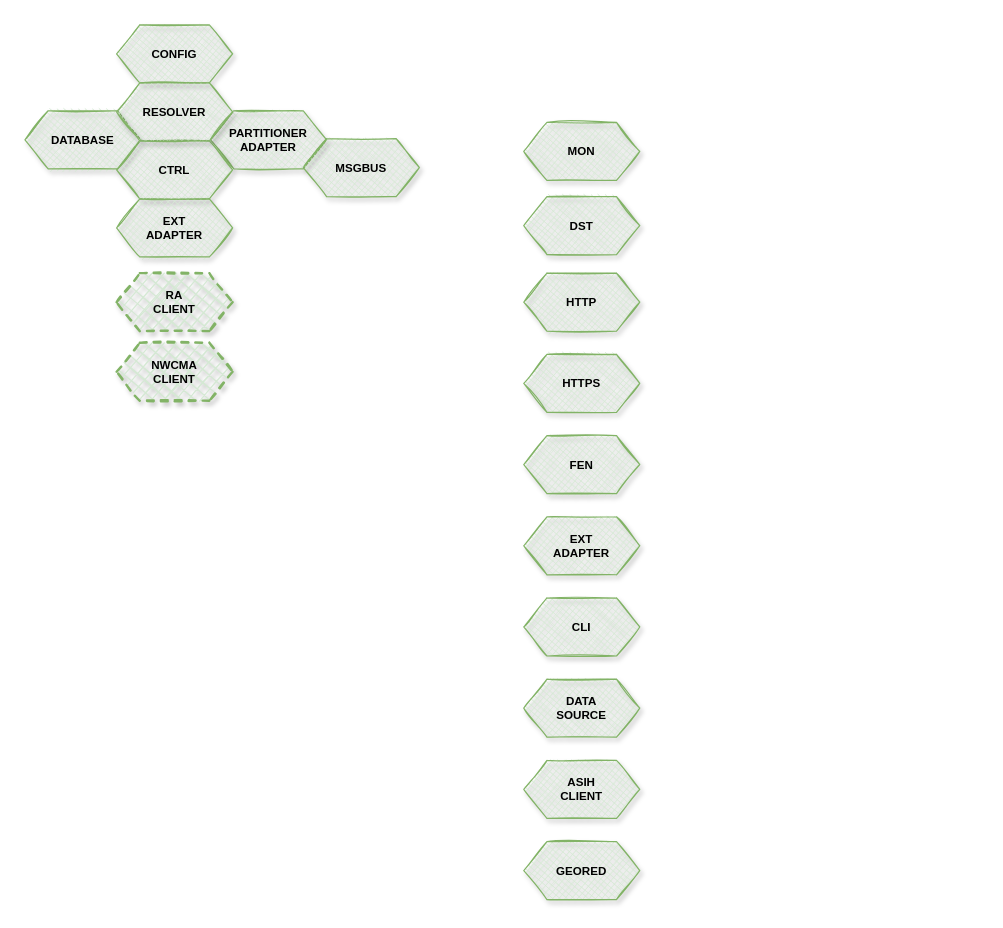
SunLucc/Test keeps this draw.io diagram as page "第 3 页" (3 of 5) of http_server.drawio. Above is the earlier version. Source tidied: cells renumbered, new cells numbered last; positions are measured from the earlier drawing's top-left corner, leaving out a move shared by most shapes. Both pictures are drawn from the tidied source at 116%, with x=0, y=0 at pixel (24, 24).
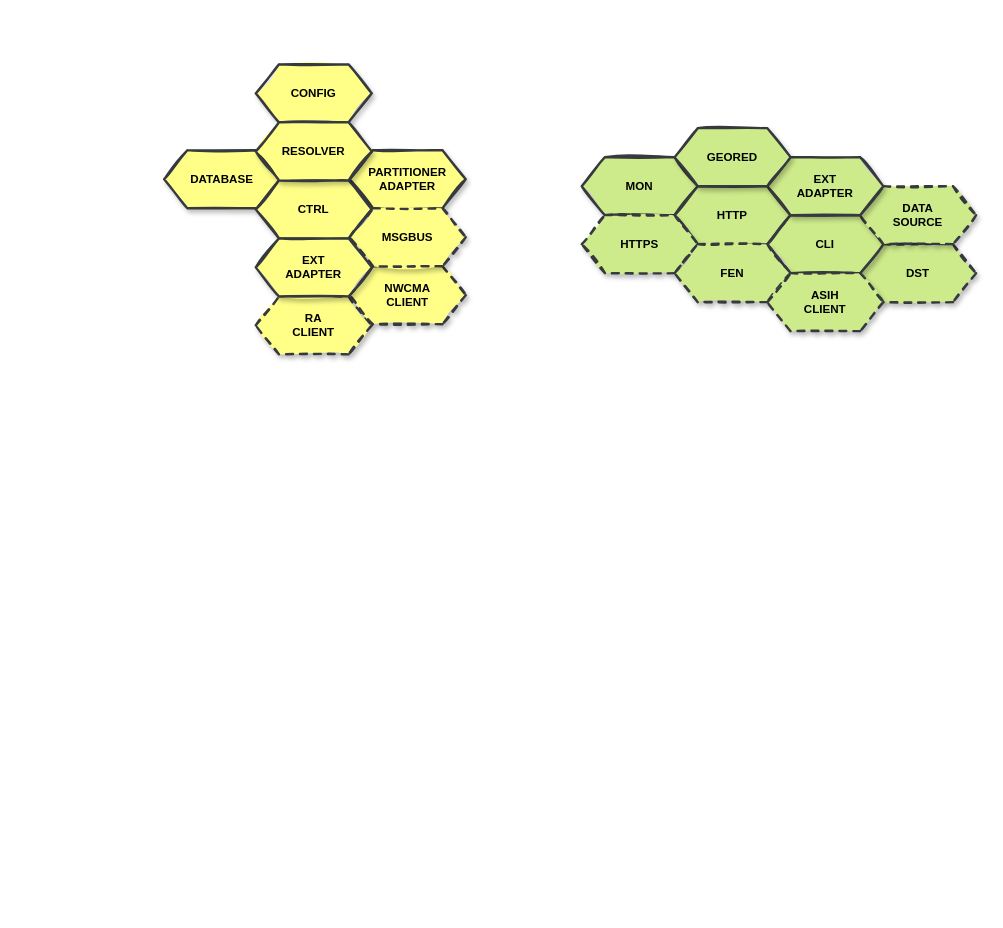
The same page after the edit.

The edit, as a diff of the source:
```diff
@@
-    <mxCell id="2" value="&lt;b style=&quot;font-size: 10px;&quot;&gt;MON&lt;/b&gt;" style="shape=hexagon;perimeter=hexagonPerimeter2;whiteSpace=wrap;html=1;fixedSize=1;fillStyle=cross-hatch;fillColor=#d5e8d4;strokeColor=#82b366;fontSize=10;rounded=0;shadow=1;sketch=1;" parent="1" vertex="1">
-      <mxGeometry x="430" y="84" width="100" height="50" as="geometry" />
+    <mxCell id="2" value="&lt;b style=&quot;font-size: 10px;&quot;&gt;MON&lt;/b&gt;" style="shape=hexagon;perimeter=hexagonPerimeter2;whiteSpace=wrap;html=1;fixedSize=1;fillStyle=solid;fillColor=#cdeb8b;strokeColor=#36393d;fontSize=10;rounded=0;shadow=1;sketch=1;strokeWidth=2;" parent="1" vertex="1">
+      <mxGeometry x="480" y="114" width="100" height="50" as="geometry" />
     </mxCell>
-    <mxCell id="3" value="&lt;b style=&quot;font-size: 10px;&quot;&gt;DATABASE&lt;/b&gt;" style="shape=hexagon;perimeter=hexagonPerimeter2;whiteSpace=wrap;html=1;fixedSize=1;fillStyle=cross-hatch;fillColor=#d5e8d4;strokeColor=#82b366;fontSize=10;rounded=0;shadow=1;sketch=1;" parent="1" vertex="1">
-      <mxGeometry y="74" width="100" height="50" as="geometry" />
+    <mxCell id="3" value="&lt;b style=&quot;font-size: 10px;&quot;&gt;DATABASE&lt;/b&gt;" style="shape=hexagon;perimeter=hexagonPerimeter2;whiteSpace=wrap;html=1;fixedSize=1;fillStyle=solid;fillColor=#ffff88;strokeColor=#36393d;fontSize=10;rounded=0;shadow=1;sketch=1;strokeWidth=2;" parent="1" vertex="1">
+      <mxGeometry x="120" y="108" width="100" height="50" as="geometry" />
     </mxCell>
-    <mxCell id="4" value="&lt;b style=&quot;font-size: 10px;&quot;&gt;CONFIG&lt;/b&gt;" style="shape=hexagon;perimeter=hexagonPerimeter2;whiteSpace=wrap;html=1;fixedSize=1;fillStyle=cross-hatch;fillColor=#d5e8d4;strokeColor=#82b366;fontSize=10;rounded=0;shadow=1;sketch=1;" parent="1" vertex="1">
-      <mxGeometry x="79" width="100" height="50" as="geometry" />
+    <mxCell id="4" value="&lt;b style=&quot;font-size: 10px;&quot;&gt;CONFIG&lt;/b&gt;" style="shape=hexagon;perimeter=hexagonPerimeter2;whiteSpace=wrap;html=1;fixedSize=1;fillStyle=solid;fillColor=#ffff88;strokeColor=#36393d;fontSize=10;rounded=0;shadow=1;sketch=1;strokeWidth=2;" parent="1" vertex="1">
+      <mxGeometry x="199" y="34" width="100" height="50" as="geometry" />
     </mxCell>
-    <mxCell id="5" value="&lt;b style=&quot;font-size: 10px;&quot;&gt;DST&lt;/b&gt;" style="shape=hexagon;perimeter=hexagonPerimeter2;whiteSpace=wrap;html=1;fixedSize=1;fillStyle=cross-hatch;fillColor=#d5e8d4;strokeColor=#82b366;fontSize=10;rounded=0;shadow=1;sketch=1;" parent="1" vertex="1">
-      <mxGeometry x="430" y="148" width="100" height="50" as="geometry" />
+    <mxCell id="5" value="&lt;b style=&quot;font-size: 10px;&quot;&gt;DST&lt;/b&gt;" style="shape=hexagon;perimeter=hexagonPerimeter2;whiteSpace=wrap;html=1;fixedSize=1;fillStyle=solid;fillColor=#cdeb8b;strokeColor=#36393d;fontSize=10;rounded=0;shadow=1;sketch=1;strokeWidth=2;dashed=1;" parent="1" vertex="1">
+      <mxGeometry x="720" y="189" width="100" height="50" as="geometry" />
     </mxCell>
-    <mxCell id="6" value="&lt;b style=&quot;font-size: 10px;&quot;&gt;&lt;font style=&quot;font-size: 10px;&quot;&gt;PARTITIONER&lt;br style=&quot;font-size: 10px;&quot;&gt;ADAPTER&lt;br style=&quot;font-size: 10px;&quot;&gt;&lt;/font&gt;&lt;/b&gt;" style="shape=hexagon;perimeter=hexagonPerimeter2;whiteSpace=wrap;html=1;fixedSize=1;fillStyle=cross-hatch;fillColor=#d5e8d4;strokeColor=#82b366;fontSize=10;rounded=0;shadow=1;sketch=1;" parent="1" vertex="1">
-      <mxGeometry x="160" y="74" width="100" height="50" as="geometry" />
+    <mxCell id="6" value="&lt;b style=&quot;font-size: 10px;&quot;&gt;&lt;font style=&quot;font-size: 10px;&quot;&gt;PARTITIONER&lt;br style=&quot;font-size: 10px;&quot;&gt;ADAPTER&lt;br style=&quot;font-size: 10px;&quot;&gt;&lt;/font&gt;&lt;/b&gt;" style="shape=hexagon;perimeter=hexagonPerimeter2;whiteSpace=wrap;html=1;fixedSize=1;fillStyle=solid;fillColor=#ffff88;strokeColor=#36393d;fontSize=10;rounded=0;shadow=1;sketch=1;strokeWidth=2;" parent="1" vertex="1">
+      <mxGeometry x="280" y="108" width="100" height="50" as="geometry" />
     </mxCell>
-    <mxCell id="7" value="&lt;b style=&quot;font-size: 10px;&quot;&gt;CTRL&lt;/b&gt;" style="shape=hexagon;perimeter=hexagonPerimeter2;whiteSpace=wrap;html=1;fixedSize=1;fillStyle=cross-hatch;fillColor=#d5e8d4;strokeColor=#82b366;fontSize=10;rounded=0;shadow=1;sketch=1;" parent="1" vertex="1">
-      <mxGeometry x="79" y="100" width="100" height="50" as="geometry" />
+    <mxCell id="7" value="&lt;b style=&quot;font-size: 10px;&quot;&gt;CTRL&lt;/b&gt;" style="shape=hexagon;perimeter=hexagonPerimeter2;whiteSpace=wrap;html=1;fixedSize=1;fillStyle=solid;fillColor=#ffff88;strokeColor=#36393d;fontSize=10;rounded=0;shadow=1;sketch=1;strokeWidth=2;" parent="1" vertex="1">
+      <mxGeometry x="199" y="134" width="100" height="50" as="geometry" />
     </mxCell>
-    <mxCell id="8" value="&lt;b style=&quot;font-size: 10px;&quot;&gt;HTTP&lt;/b&gt;" style="shape=hexagon;perimeter=hexagonPerimeter2;whiteSpace=wrap;html=1;fixedSize=1;fillStyle=cross-hatch;fillColor=#d5e8d4;strokeColor=#82b366;fontSize=10;rounded=0;shadow=1;sketch=1;" parent="1" vertex="1">
-      <mxGeometry x="430" y="214" width="100" height="50" as="geometry" />
+    <mxCell id="8" value="&lt;b style=&quot;font-size: 10px;&quot;&gt;HTTP&lt;/b&gt;" style="shape=hexagon;perimeter=hexagonPerimeter2;whiteSpace=wrap;html=1;fixedSize=1;fillStyle=solid;fillColor=#cdeb8b;strokeColor=#36393d;fontSize=10;rounded=0;shadow=1;sketch=1;strokeWidth=2;" parent="1" vertex="1">
+      <mxGeometry x="560" y="139" width="100" height="50" as="geometry" />
     </mxCell>
-    <mxCell id="9" value="&lt;b style=&quot;font-size: 10px;&quot;&gt;HTTPS&lt;/b&gt;" style="shape=hexagon;perimeter=hexagonPerimeter2;whiteSpace=wrap;html=1;fixedSize=1;fillStyle=cross-hatch;fillColor=#d5e8d4;strokeColor=#82b366;fontSize=10;rounded=0;shadow=1;sketch=1;" parent="1" vertex="1">
-      <mxGeometry x="430" y="284" width="100" height="50" as="geometry" />
+    <mxCell id="9" value="&lt;b style=&quot;font-size: 10px;&quot;&gt;HTTPS&lt;/b&gt;" style="shape=hexagon;perimeter=hexagonPerimeter2;whiteSpace=wrap;html=1;fixedSize=1;fillStyle=solid;fillColor=#cdeb8b;strokeColor=#36393d;fontSize=10;rounded=0;shadow=1;sketch=1;dashed=1;strokeWidth=2;" parent="1" vertex="1">
+      <mxGeometry x="480" y="164" width="100" height="50" as="geometry" />
     </mxCell>
-    <mxCell id="10" value="&lt;b style=&quot;font-size: 10px;&quot;&gt;CLI&lt;/b&gt;" style="shape=hexagon;perimeter=hexagonPerimeter2;whiteSpace=wrap;html=1;fixedSize=1;fillStyle=cross-hatch;fillColor=#d5e8d4;strokeColor=#82b366;fontSize=10;rounded=0;shadow=1;sketch=1;" parent="1" vertex="1">
-      <mxGeometry x="430" y="494" width="100" height="50" as="geometry" />
+    <mxCell id="10" value="&lt;b style=&quot;font-size: 10px;&quot;&gt;CLI&lt;/b&gt;" style="shape=hexagon;perimeter=hexagonPerimeter2;whiteSpace=wrap;html=1;fixedSize=1;fillStyle=solid;fillColor=#cdeb8b;strokeColor=#36393d;fontSize=10;rounded=0;shadow=1;sketch=1;strokeWidth=2;" parent="1" vertex="1">
+      <mxGeometry x="640" y="164" width="100" height="50" as="geometry" />
     </mxCell>
-    <mxCell id="11" value="&lt;b style=&quot;font-size: 10px;&quot;&gt;DATA&lt;br&gt;SOURCE&lt;br&gt;&lt;/b&gt;" style="shape=hexagon;perimeter=hexagonPerimeter2;whiteSpace=wrap;html=1;fixedSize=1;fillStyle=cross-hatch;fillColor=#d5e8d4;strokeColor=#82b366;fontSize=10;rounded=0;shadow=1;sketch=1;" parent="1" vertex="1">
-      <mxGeometry x="430" y="564" width="100" height="50" as="geometry" />
+    <mxCell id="11" value="&lt;b style=&quot;font-size: 10px;&quot;&gt;DATA&lt;br&gt;SOURCE&lt;br&gt;&lt;/b&gt;" style="shape=hexagon;perimeter=hexagonPerimeter2;whiteSpace=wrap;html=1;fixedSize=1;fillStyle=solid;fillColor=#cdeb8b;strokeColor=#36393d;fontSize=10;rounded=0;shadow=1;sketch=1;dashed=1;strokeWidth=2;" parent="1" vertex="1">
+      <mxGeometry x="720" y="139" width="100" height="50" as="geometry" />
     </mxCell>
-    <mxCell id="12" style="edgeStyle=orthogonalEdgeStyle;rounded=0;orthogonalLoop=1;jettySize=auto;html=1;exitX=0.5;exitY=1;exitDx=0;exitDy=0;fontSize=10;" parent="1" edge="1" source="8" target="8">
+    <mxCell id="12" style="edgeStyle=orthogonalEdgeStyle;rounded=0;orthogonalLoop=1;jettySize=auto;html=1;exitX=0.5;exitY=1;exitDx=0;exitDy=0;fontSize=10;fillColor=#cdeb8b;strokeColor=#36393d;strokeWidth=2;sketch=1;" parent="1" edge="1" source="8" target="8">
       <mxGeometry relative="1" as="geometry" />
     </mxCell>
-    <mxCell id="13" value="&lt;b style=&quot;font-size: 10px;&quot;&gt;RA&lt;br&gt;CLIENT&lt;br&gt;&lt;/b&gt;" style="shape=hexagon;perimeter=hexagonPerimeter2;whiteSpace=wrap;html=1;fixedSize=1;fillStyle=cross-hatch;fillColor=#d5e8d4;strokeColor=#82b366;fontSize=10;rounded=0;shadow=1;sketch=1;dashed=1;strokeWidth=2;" parent="1" vertex="1">
-      <mxGeometry x="79" y="214" width="100" height="50" as="geometry" />
+    <mxCell id="13" value="&lt;b style=&quot;font-size: 10px;&quot;&gt;RA&lt;br&gt;CLIENT&lt;br&gt;&lt;/b&gt;" style="shape=hexagon;perimeter=hexagonPerimeter2;whiteSpace=wrap;html=1;fixedSize=1;fillStyle=solid;fillColor=#ffff88;strokeColor=#36393d;fontSize=10;rounded=0;shadow=1;sketch=1;dashed=1;strokeWidth=2;" parent="1" vertex="1">
+      <mxGeometry x="199" y="234" width="100" height="50" as="geometry" />
     </mxCell>
-    <mxCell id="14" value="&lt;b style=&quot;font-size: 10px;&quot;&gt;NWCMA&lt;br&gt;CLIENT&lt;br&gt;&lt;/b&gt;" style="shape=hexagon;perimeter=hexagonPerimeter2;whiteSpace=wrap;html=1;fixedSize=1;fillStyle=cross-hatch;fillColor=#d5e8d4;strokeColor=#82b366;fontSize=10;rounded=0;shadow=1;sketch=1;dashed=1;strokeWidth=2;" parent="1" vertex="1">
-      <mxGeometry x="79" y="274" width="100" height="50" as="geometry" />
+    <mxCell id="14" value="&lt;b style=&quot;font-size: 10px;&quot;&gt;NWCMA&lt;br&gt;CLIENT&lt;br&gt;&lt;/b&gt;" style="shape=hexagon;perimeter=hexagonPerimeter2;whiteSpace=wrap;html=1;fixedSize=1;fillStyle=solid;fillColor=#ffff88;strokeColor=#36393d;fontSize=10;rounded=0;shadow=1;sketch=1;dashed=1;strokeWidth=2;" parent="1" vertex="1">
+      <mxGeometry x="280" y="208" width="100" height="50" as="geometry" />
     </mxCell>
-    <mxCell id="15" value="&lt;b style=&quot;font-size: 10px;&quot;&gt;FEN&lt;br&gt;&lt;/b&gt;" style="shape=hexagon;perimeter=hexagonPerimeter2;whiteSpace=wrap;html=1;fixedSize=1;fillStyle=cross-hatch;fillColor=#d5e8d4;strokeColor=#82b366;fontSize=10;rounded=0;shadow=1;sketch=1;" parent="1" vertex="1">
-      <mxGeometry x="430" y="354" width="100" height="50" as="geometry" />
+    <mxCell id="15" value="&lt;b style=&quot;font-size: 10px;&quot;&gt;FEN&lt;br&gt;&lt;/b&gt;" style="shape=hexagon;perimeter=hexagonPerimeter2;whiteSpace=wrap;html=1;fixedSize=1;fillStyle=solid;fillColor=#cdeb8b;strokeColor=#36393d;fontSize=10;rounded=0;shadow=1;sketch=1;strokeWidth=2;dashed=1;" parent="1" vertex="1">
+      <mxGeometry x="560" y="189" width="100" height="50" as="geometry" />
     </mxCell>
-    <mxCell id="16" value="&lt;b style=&quot;font-size: 10px;&quot;&gt;MSGBUS&lt;br&gt;&lt;/b&gt;" style="shape=hexagon;perimeter=hexagonPerimeter2;whiteSpace=wrap;html=1;fixedSize=1;fillStyle=cross-hatch;fillColor=#d5e8d4;strokeColor=#82b366;fontSize=10;rounded=0;shadow=1;sketch=1;" parent="1" vertex="1">
-      <mxGeometry x="240" y="98" width="100" height="50" as="geometry" />
+    <mxCell id="16" value="&lt;b style=&quot;font-size: 10px;&quot;&gt;MSGBUS&lt;br&gt;&lt;/b&gt;" style="shape=hexagon;perimeter=hexagonPerimeter2;whiteSpace=wrap;html=1;fixedSize=1;fillStyle=solid;fillColor=#ffff88;strokeColor=#36393d;fontSize=10;rounded=0;shadow=1;sketch=1;dashed=1;strokeWidth=2;" parent="1" vertex="1">
+      <mxGeometry x="280" y="158" width="100" height="50" as="geometry" />
     </mxCell>
-    <mxCell id="17" value="&lt;b style=&quot;font-size: 10px;&quot;&gt;EXT&lt;br&gt;ADAPTER&lt;br&gt;&lt;/b&gt;" style="shape=hexagon;perimeter=hexagonPerimeter2;whiteSpace=wrap;html=1;fixedSize=1;fillStyle=cross-hatch;fillColor=#d5e8d4;strokeColor=#82b366;fontSize=10;rounded=0;shadow=1;sketch=1;" parent="1" vertex="1">
-      <mxGeometry x="430" y="424" width="100" height="50" as="geometry" />
+    <mxCell id="17" value="&lt;b style=&quot;font-size: 10px;&quot;&gt;EXT&lt;br&gt;ADAPTER&lt;br&gt;&lt;/b&gt;" style="shape=hexagon;perimeter=hexagonPerimeter2;whiteSpace=wrap;html=1;fixedSize=1;fillStyle=solid;fillColor=#cdeb8b;strokeColor=#36393d;fontSize=10;rounded=0;shadow=1;sketch=1;strokeWidth=2;" parent="1" vertex="1">
+      <mxGeometry x="640" y="114" width="100" height="50" as="geometry" />
     </mxCell>
-    <mxCell id="18" value="&lt;b style=&quot;font-size: 10px;&quot;&gt;GEORED&lt;br&gt;&lt;/b&gt;" style="shape=hexagon;perimeter=hexagonPerimeter2;whiteSpace=wrap;html=1;fixedSize=1;fillStyle=cross-hatch;fillColor=#d5e8d4;strokeColor=#82b366;fontSize=10;rounded=0;shadow=1;sketch=1;" parent="1" vertex="1">
-      <mxGeometry x="430" y="704" width="100" height="50" as="geometry" />
+    <mxCell id="18" value="&lt;b style=&quot;font-size: 10px;&quot;&gt;GEORED&lt;br&gt;&lt;/b&gt;" style="shape=hexagon;perimeter=hexagonPerimeter2;whiteSpace=wrap;html=1;fixedSize=1;fillStyle=solid;fillColor=#cdeb8b;strokeColor=#36393d;fontSize=10;rounded=0;shadow=1;sketch=1;strokeWidth=2;" parent="1" vertex="1">
+      <mxGeometry x="560" y="89" width="100" height="50" as="geometry" />
     </mxCell>
-    <mxCell id="19" value="&lt;b style=&quot;font-size: 10px;&quot;&gt;ASIH&lt;br&gt;CLIENT&lt;br&gt;&lt;/b&gt;" style="shape=hexagon;perimeter=hexagonPerimeter2;whiteSpace=wrap;html=1;fixedSize=1;fillStyle=cross-hatch;fillColor=#d5e8d4;strokeColor=#82b366;fontSize=10;rounded=0;shadow=1;sketch=1;" parent="1" vertex="1">
-      <mxGeometry x="430" y="634" width="100" height="50" as="geometry" />
+    <mxCell id="19" value="&lt;b style=&quot;font-size: 10px;&quot;&gt;ASIH&lt;br&gt;CLIENT&lt;br&gt;&lt;/b&gt;" style="shape=hexagon;perimeter=hexagonPerimeter2;whiteSpace=wrap;html=1;fixedSize=1;fillStyle=solid;fillColor=#cdeb8b;strokeColor=#36393d;fontSize=10;rounded=0;shadow=1;sketch=1;dashed=1;strokeWidth=2;" parent="1" vertex="1">
+      <mxGeometry x="640" y="214" width="100" height="50" as="geometry" />
     </mxCell>
-    <mxCell id="20" value="&lt;b style=&quot;font-size: 10px;&quot;&gt;RESOLVER&lt;/b&gt;" style="shape=hexagon;perimeter=hexagonPerimeter2;whiteSpace=wrap;html=1;fixedSize=1;fillStyle=cross-hatch;fillColor=#d5e8d4;strokeColor=#82b366;fontSize=10;rounded=0;shadow=1;sketch=1;" parent="1" vertex="1">
-      <mxGeometry x="79" y="50" width="100" height="50" as="geometry" />
+    <mxCell id="20" value="&lt;b style=&quot;font-size: 10px;&quot;&gt;RESOLVER&lt;/b&gt;" style="shape=hexagon;perimeter=hexagonPerimeter2;whiteSpace=wrap;html=1;fixedSize=1;fillStyle=solid;fillColor=#ffff88;strokeColor=#36393d;fontSize=10;rounded=0;shadow=1;sketch=1;strokeWidth=2;" parent="1" vertex="1">
+      <mxGeometry x="199" y="84" width="100" height="50" as="geometry" />
     </mxCell>
-    <mxCell id="21" value="&lt;b style=&quot;font-size: 10px;&quot;&gt;EXT&lt;br&gt;ADAPTER&lt;br&gt;&lt;/b&gt;" style="shape=hexagon;perimeter=hexagonPerimeter2;whiteSpace=wrap;html=1;fixedSize=1;fillStyle=cross-hatch;fillColor=#d5e8d4;strokeColor=#82b366;fontSize=10;rounded=0;shadow=1;sketch=1;" parent="1" vertex="1">
-      <mxGeometry x="79" y="150" width="100" height="50" as="geometry" />
+    <mxCell id="21" value="&lt;b style=&quot;font-size: 10px;&quot;&gt;EXT&lt;br&gt;ADAPTER&lt;br&gt;&lt;/b&gt;" style="shape=hexagon;perimeter=hexagonPerimeter2;whiteSpace=wrap;html=1;fixedSize=1;fillStyle=solid;fillColor=#ffff88;strokeColor=#36393d;fontSize=10;rounded=0;shadow=1;sketch=1;strokeWidth=2;" parent="1" vertex="1">
+      <mxGeometry x="199" y="184" width="100" height="50" as="geometry" />
     </mxCell>
```
